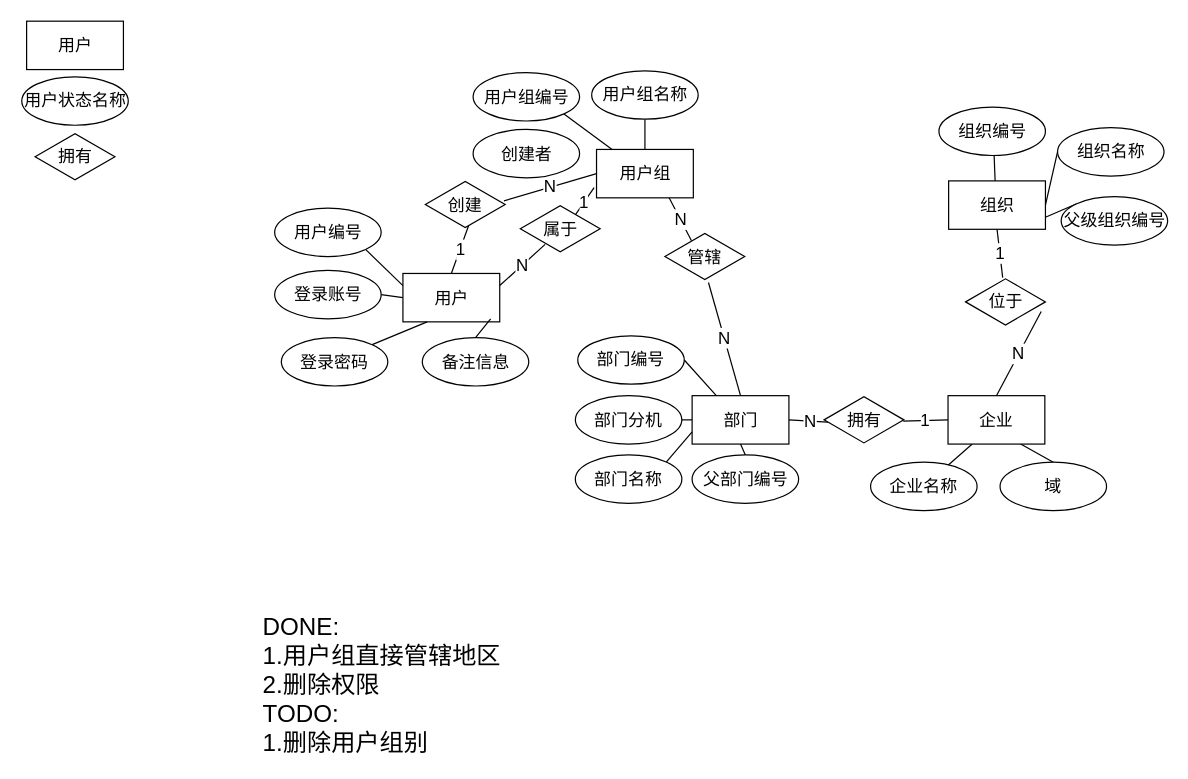
This is page "第 1 页" (1 of 2) of CDRS/DB-design.drawio from waterwatermelon/graph, a draw.io file, before an edit. Source tidied: cells renumbered, new cells numbered last; positions are measured from the earlier drawing's top-left corner, leaving out a move shared by most shapes. Both pictures are drawn from the tidied source at 121%, with x=0, y=0 at pixel (21, 21).
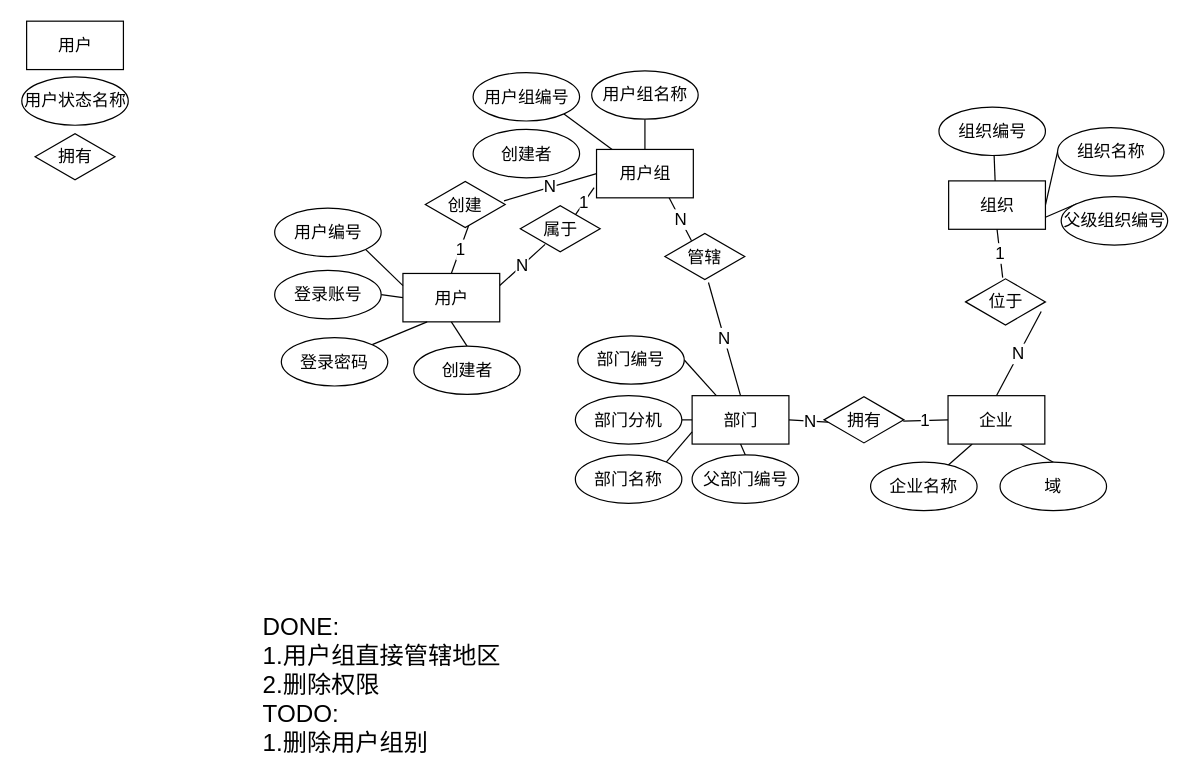
Above is the later version.

Unchanged cells that the change refers to:
```xml
<mxCell id="7" value="用户" style="rounded=0;whiteSpace=wrap;html=1;fontSize=14;" parent="1" vertex="1">
  <mxGeometry x="315.5" y="208.5" width="80" height="40" as="geometry" />
</mxCell>
```

What changed in the source:
```diff
@@
-    <mxCell id="20" style="edgeStyle=none;rounded=0;jettySize=auto;html=1;exitX=0.5;exitY=0;exitDx=0;exitDy=0;entryX=0.906;entryY=0.938;entryDx=0;entryDy=0;entryPerimeter=0;startArrow=none;startFill=0;endArrow=none;endFill=0;fontSize=14;" parent="1" edge="1" source="21" target="7">
+    <mxCell id="20" style="rounded=0;jettySize=auto;html=1;exitX=0.5;exitY=0;exitDx=0;exitDy=0;entryX=0.5;entryY=1;entryDx=0;entryDy=0;startArrow=none;startFill=0;endArrow=none;endFill=0;fontSize=14;" parent="1" edge="1" source="21" target="7">
       <mxGeometry relative="1" as="geometry" />
     </mxCell>
-    <mxCell id="21" value="备注信息" style="ellipse;whiteSpace=wrap;html=1;fontSize=14;" parent="1" vertex="1">
-      <mxGeometry x="331.5" y="261.5" width="88" height="40" as="geometry" />
+    <mxCell id="21" value="创建者" style="ellipse;whiteSpace=wrap;html=1;fontSize=14;" parent="1" vertex="1">
+      <mxGeometry x="324.5" y="268.5" width="88" height="40" as="geometry" />
     </mxCell>
```
